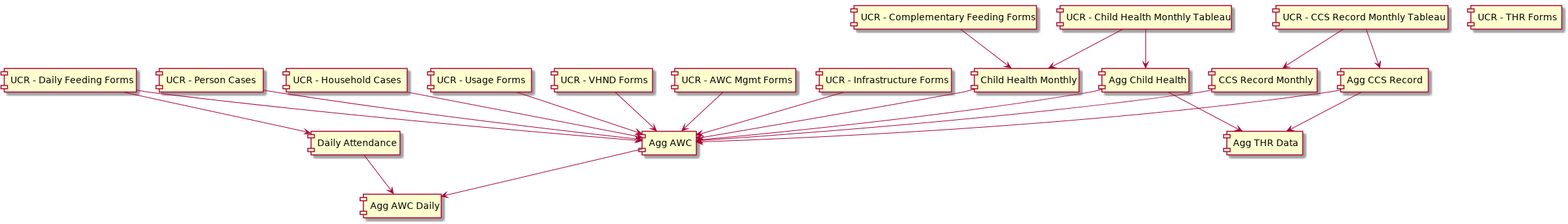
The PlantUML diagram custom/icds_reports/docs/current_state_aggregation.png in dimagi/commcare-hq, before a commit.
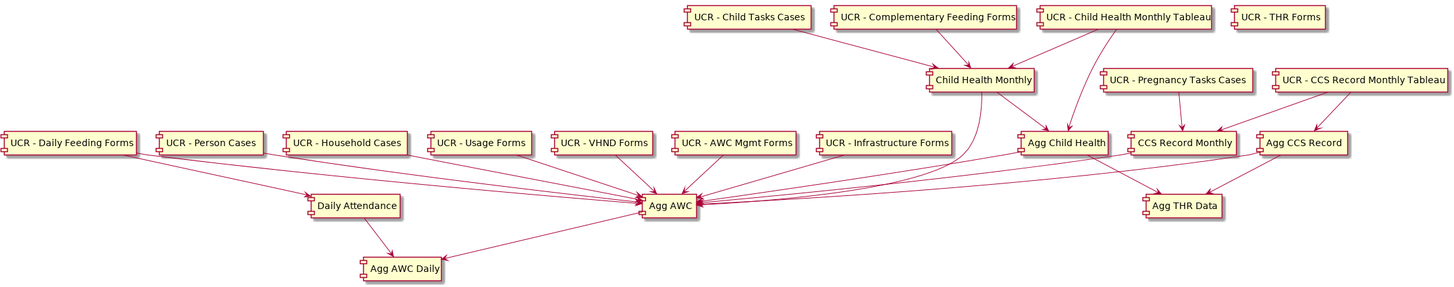
After the commit.

Change to the diagram source:
```diff
@@ -3,6 +3,8 @@
 [UCR - CCS Record Monthly Tableau]
 [UCR - Person Cases]
 [UCR - Household Cases]
+[UCR - Pregnancy Tasks Cases]
+[UCR - Child Tasks Cases]
 
 [UCR - Usage Forms]
 [UCR - VHND Forms]
@@ -22,11 +24,14 @@
 
 [UCR - Complementary Feeding Forms] --> [Child Health Monthly]
 [UCR - Child Health Monthly Tableau] --> [Child Health Monthly]
+[UCR - Child Tasks Cases] --> [Child Health Monthly]
 [UCR - CCS Record Monthly Tableau] --> [CCS Record Monthly]
+[UCR - Pregnancy Tasks Cases] --> [CCS Record Monthly]
 
 [UCR - Daily Feeding Forms] --> [Daily Attendance]
 
 [UCR - Child Health Monthly Tableau] --> [Agg Child Health]
+[Child Health Monthly] --> [Agg Child Health]
 [UCR - CCS Record Monthly Tableau] --> [Agg CCS Record]
 [Agg Child Health] --> [Agg THR Data]
 [Agg CCS Record] --> [Agg THR Data]
```
